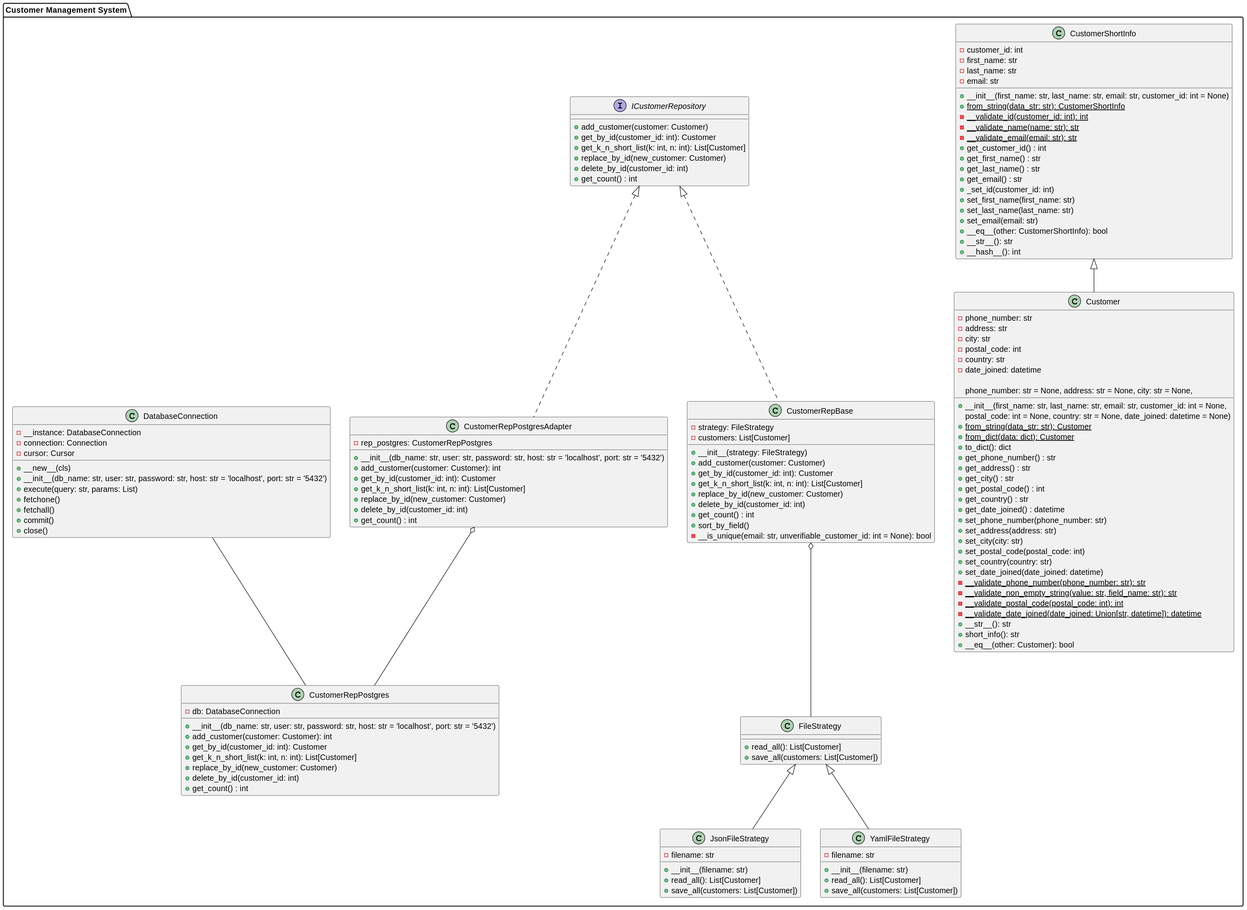
The PlantUML diagram class_diagram.svg in MrOganes/information-systems-design, before a commit.
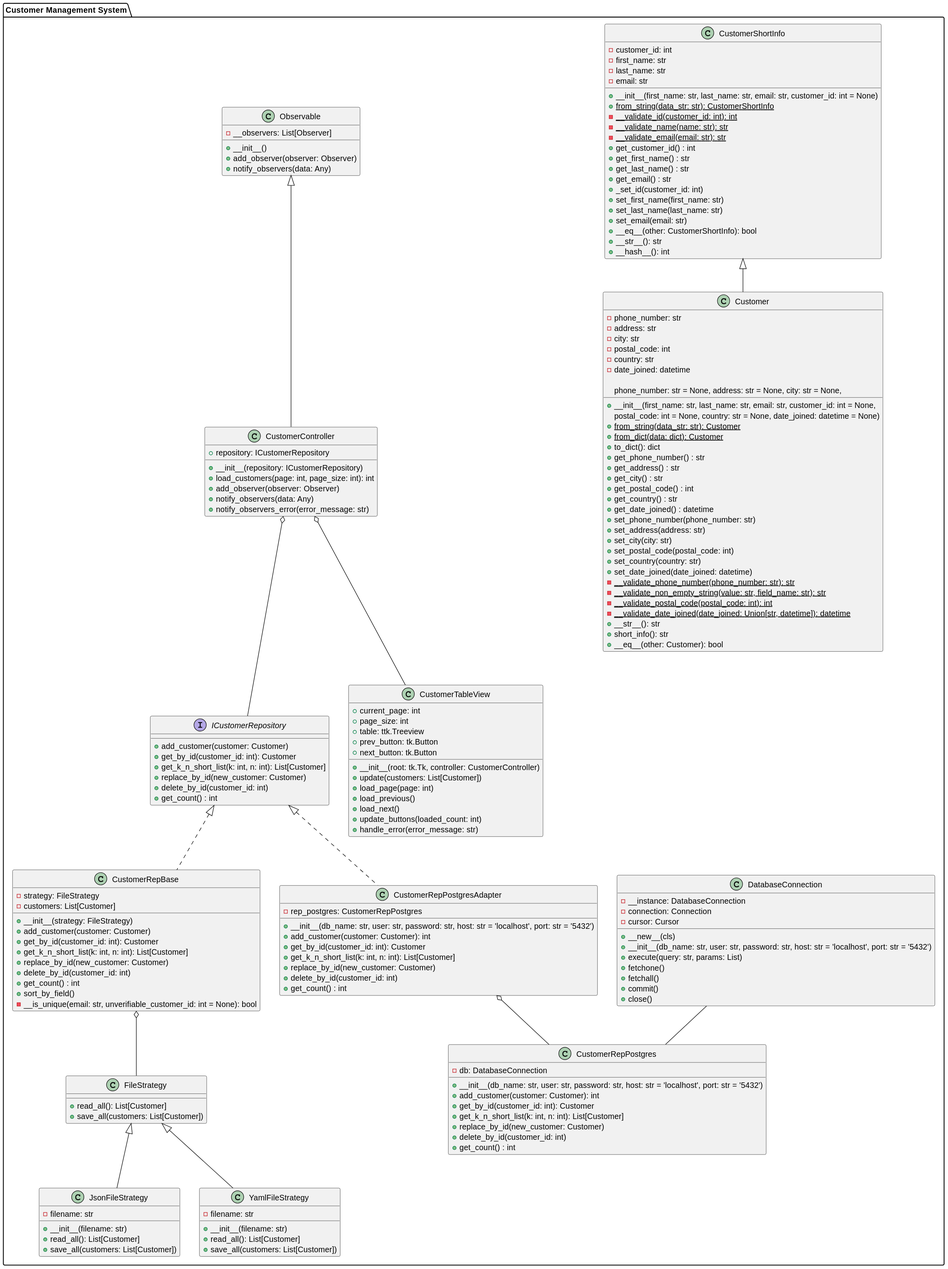
The same file after the commit.

Commit message:
Lab 3. feat: Implemented customer display with pagination using MVC pattern and observer for dynamic view updates.

What changed in the source:
```diff
@@ -143,6 +143,40 @@
         + get_count() : int
     }
 
+    class Observable {
+        - __observers: List[Observer]
+
+        + __init__()
+        + add_observer(observer: Observer)
+        + notify_observers(data: Any)
+    }
+
+    class CustomerController {
+        + repository: ICustomerRepository
+
+        + __init__(repository: ICustomerRepository)
+        + load_customers(page: int, page_size: int): int
+        + add_observer(observer: Observer)
+        + notify_observers(data: Any)
+        + notify_observers_error(error_message: str)
+    }
+
+    class CustomerTableView {
+        + current_page: int
+        + page_size: int
+        + table: ttk.Treeview
+        + prev_button: tk.Button
+        + next_button: tk.Button
+
+        + __init__(root: tk.Tk, controller: CustomerController)
+        + update(customers: List[Customer])
+        + load_page(page: int)
+        + load_previous()
+        + load_next()
+        + update_buttons(loaded_count: int)
+        + handle_error(error_message: str)
+    }
+
     CustomerShortInfo <|-- Customer
     ICustomerRepository <|.. CustomerRepBase
     ICustomerRepository <|.. CustomerRepPostgresAdapter
@@ -151,5 +185,9 @@
     FileStrategy <|-- YamlFileStrategy
     CustomerRepPostgresAdapter o-- CustomerRepPostgres
     DatabaseConnection -- CustomerRepPostgres
+
+    Observable <|-- CustomerController
+    CustomerController o-- ICustomerRepository
+    CustomerController o-- CustomerTableView
 }
 @enduml
```
